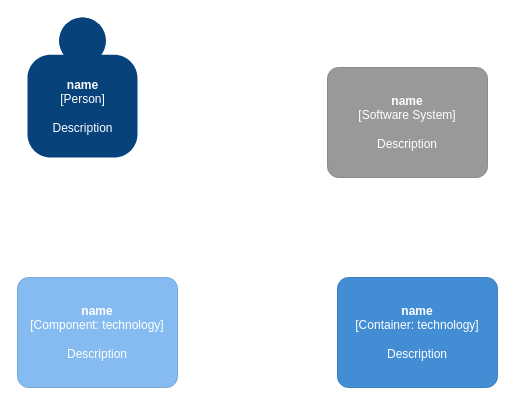
Earlier version of the draw.io diagram page "Context-Diagram" (1 of 3) of C4/C4-Messaging-Module.drawio (HristeaIonut/Morse-Diagrams). Source tidied: cells renumbered, new cells numbered last; positions are measured from the earlier drawing's top-left corner, leaving out a move shared by most shapes. Both pictures are drawn from the tidied source at 100%, with x=0, y=0 at pixel (17, 17).
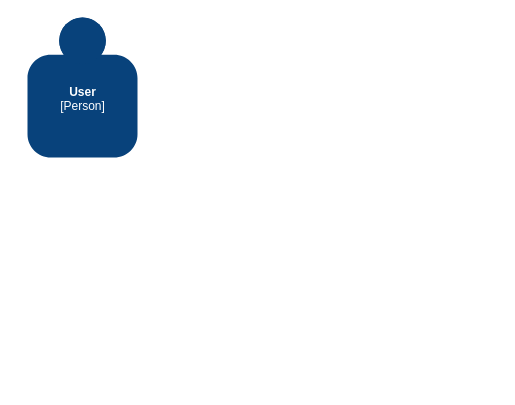
The same page after the edit.

Diff of the diagram source:
```diff
@@
 <mxGraphModel>
   <root>
     <mxCell id="0" />
     <mxCell id="1" parent="0" />
-    <object id="2" label="&lt;b&gt;%c4Name%&lt;/b&gt;&lt;div&gt;[%c4Type%]&lt;/div&gt;&lt;br&gt;&lt;div&gt;%c4Description%&lt;/div&gt;" c4Description="Description" c4Name="name" c4Type="Person" placeholders="1">
+    <object id="2" label="&lt;b&gt;%c4Name%&lt;/b&gt;&lt;div&gt;[%c4Type%]&lt;/div&gt;&lt;br&gt;&lt;div&gt;%c4Description%&lt;/div&gt;" c4Description="" c4Name="User" c4Type="Person" placeholders="1">
       <mxCell style="html=1;dashed=0;whitespace=wrap;fillColor=#08427b;strokeColor=none;fontColor=#ffffff;shape=mxgraph.c4.person;align=center;metaData={&quot;c4Type&quot;:{&quot;editable&quot;:false}};" parent="1" vertex="1">
         <mxGeometry x="10" width="110" height="140" as="geometry" />
       </mxCell>
     </object>
-    <object id="3" label="&lt;b&gt;%c4Name%&lt;/b&gt;&lt;div&gt;[%c4Type%]&lt;/div&gt;&lt;br&gt;&lt;div&gt;%c4Description%&lt;/div&gt;" c4Description="Description" c4Name="name" c4Type="Software System" placeholders="1">
-      <mxCell style="rounded=1;whiteSpace=wrap;html=1;labelBackgroundColor=none;fillColor=#999999;fontColor=#ffffff;align=center;arcSize=10;strokeColor=#8A8A8A;metaData={&quot;c4Type&quot;:{&quot;editable&quot;:false}};" parent="1" vertex="1">
-        <mxGeometry x="310" y="50" width="160" height="110" as="geometry" />
-      </mxCell>
-    </object>
-    <object id="4" label="&lt;b&gt;%c4Name%&lt;/b&gt;&lt;div&gt;[%c4Type%: %c4Technology%]&lt;/div&gt;&lt;br&gt;&lt;div&gt;%c4Description%&lt;/div&gt;" c4Description="Description" c4Name="name" c4Technology="technology" c4Type="Container" placeholders="1">
-      <mxCell style="rounded=1;whiteSpace=wrap;html=1;labelBackgroundColor=none;fillColor=#438DD5;fontColor=#ffffff;align=center;arcSize=10;strokeColor=#3C7FC0;metaData={&quot;c4Type&quot;:{&quot;editable&quot;:false}};" parent="1" vertex="1">
-        <mxGeometry x="320" y="260" width="160" height="110" as="geometry" />
-      </mxCell>
-    </object>
-    <object id="5" label="&lt;b&gt;%c4Name%&lt;/b&gt;&lt;div&gt;[%c4Type%: %c4Technology%]&lt;/div&gt;&lt;br&gt;&lt;div&gt;%c4Description%&lt;/div&gt;" c4Description="Description" c4Name="name" c4Technology="technology" c4Type="Component" placeholders="1">
-      <mxCell style="rounded=1;whiteSpace=wrap;html=1;labelBackgroundColor=none;fillColor=#85BBF0;fontColor=#ffffff;align=center;arcSize=10;strokeColor=#78A8D8;metaData={&quot;c4Type&quot;:{&quot;editable&quot;:false}};" parent="1" vertex="1">
-        <mxGeometry y="260" width="160" height="110" as="geometry" />
-      </mxCell>
-    </object>
   </root>
 </mxGraphModel>
```
